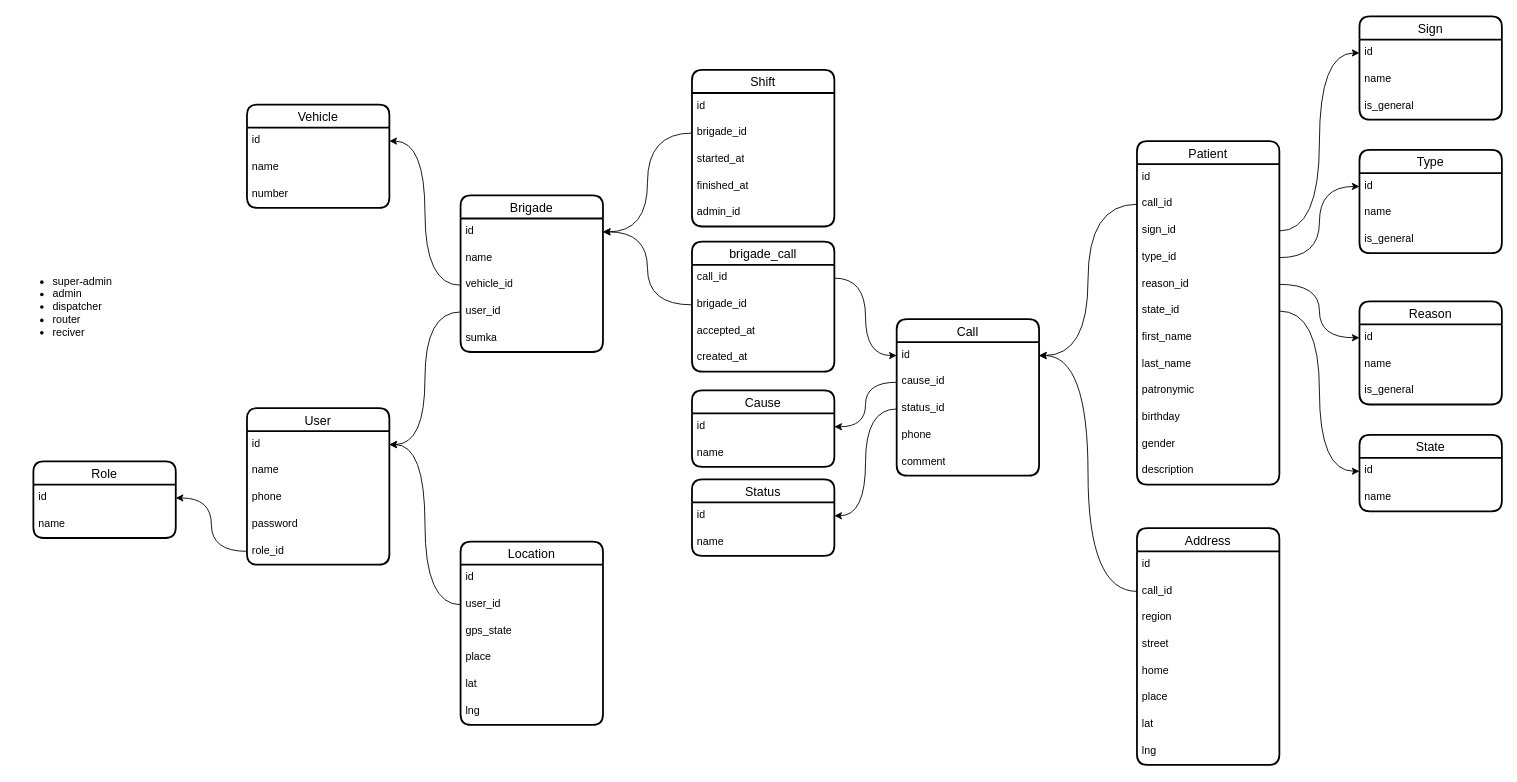
Above: karsoft-103.drawio in iztileuoff/databases (draw.io), before the change. Source tidied: cells renumbered, new cells numbered last; positions are measured from the earlier drawing's top-left corner, leaving out a move shared by most shapes. Both pictures are drawn from the tidied source at 89%, with x=0, y=0 at pixel (15, 16).
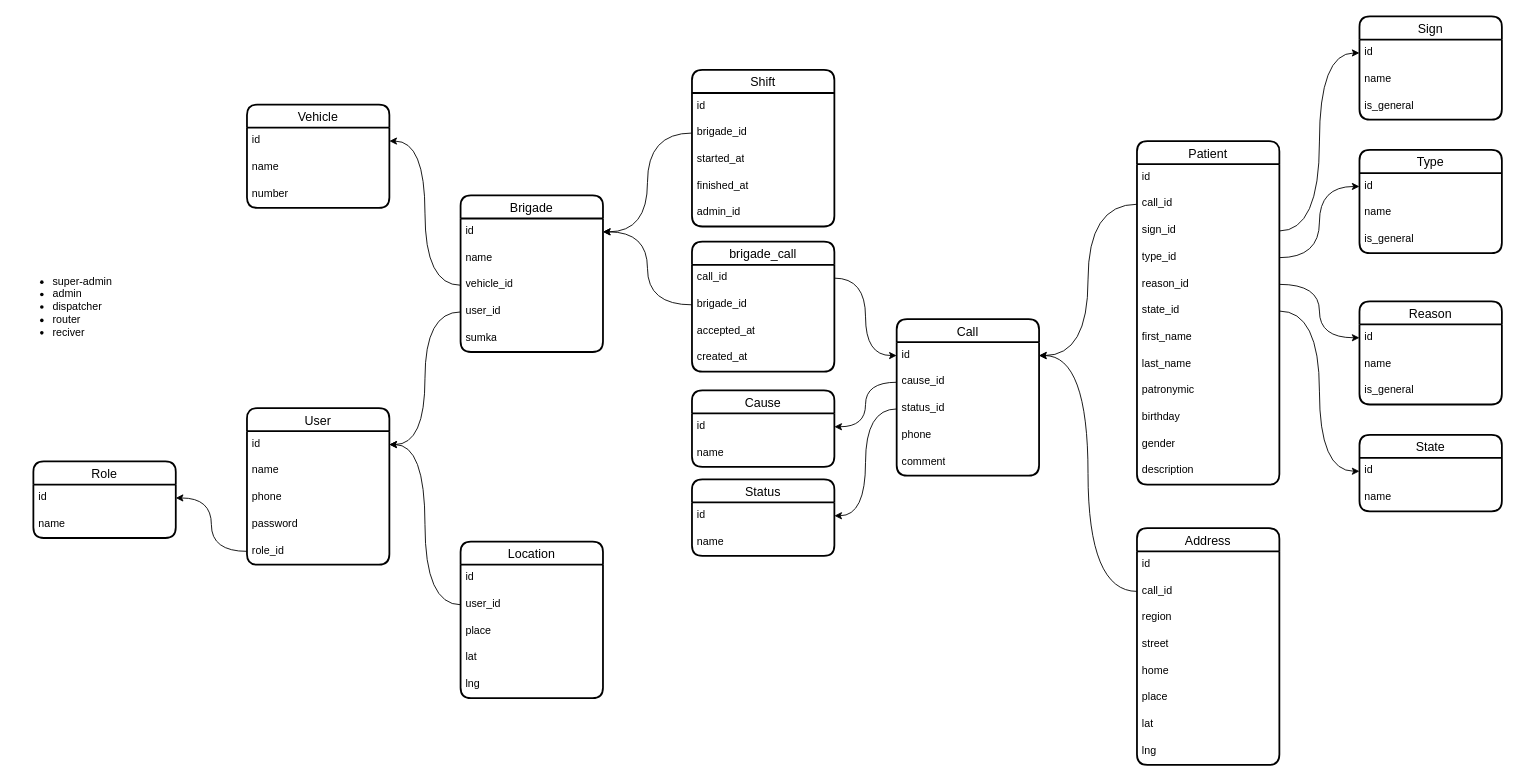
The same diagram, later.

Change to the diagram source:
```diff
@@
     <mxCell id="89" value="Location" style="swimlane;fontStyle=0;horizontal=1;startSize=26;align=center;fontSize=14;strokeWidth=2;rounded=1;shadow=0;glass=0;swimlaneLine=1;" parent="1" vertex="1">
-      <mxGeometry x="500" y="590" width="160" height="206" as="geometry" />
+      <mxGeometry x="500" y="590" width="160" height="176" as="geometry" />
     </mxCell>
@@
-    <mxCell id="92" value="gps_state" style="text;strokeColor=none;fillColor=none;spacingLeft=4;spacingRight=4;overflow=hidden;fontSize=12;whiteSpace=wrap;html=1;" parent="89" vertex="1">
-      <mxGeometry y="86" width="160" height="30" as="geometry" />
-    </mxCell>
     <mxCell id="93" value="place" style="text;strokeColor=none;fillColor=none;spacingLeft=4;spacingRight=4;overflow=hidden;fontSize=12;whiteSpace=wrap;html=1;" parent="89" vertex="1">
-      <mxGeometry y="116" width="160" height="30" as="geometry" />
+      <mxGeometry y="86" width="160" height="30" as="geometry" />
     </mxCell>
     <mxCell id="94" value="lat" style="text;strokeColor=none;fillColor=none;spacingLeft=4;spacingRight=4;overflow=hidden;fontSize=12;whiteSpace=wrap;html=1;" parent="89" vertex="1">
-      <mxGeometry y="146" width="160" height="30" as="geometry" />
+      <mxGeometry y="116" width="160" height="30" as="geometry" />
     </mxCell>
     <mxCell id="95" value="lng" style="text;strokeColor=none;fillColor=none;spacingLeft=4;spacingRight=4;overflow=hidden;fontSize=12;whiteSpace=wrap;html=1;" parent="89" vertex="1">
-      <mxGeometry y="176" width="160" height="30" as="geometry" />
+      <mxGeometry y="146" width="160" height="30" as="geometry" />
     </mxCell>
```
